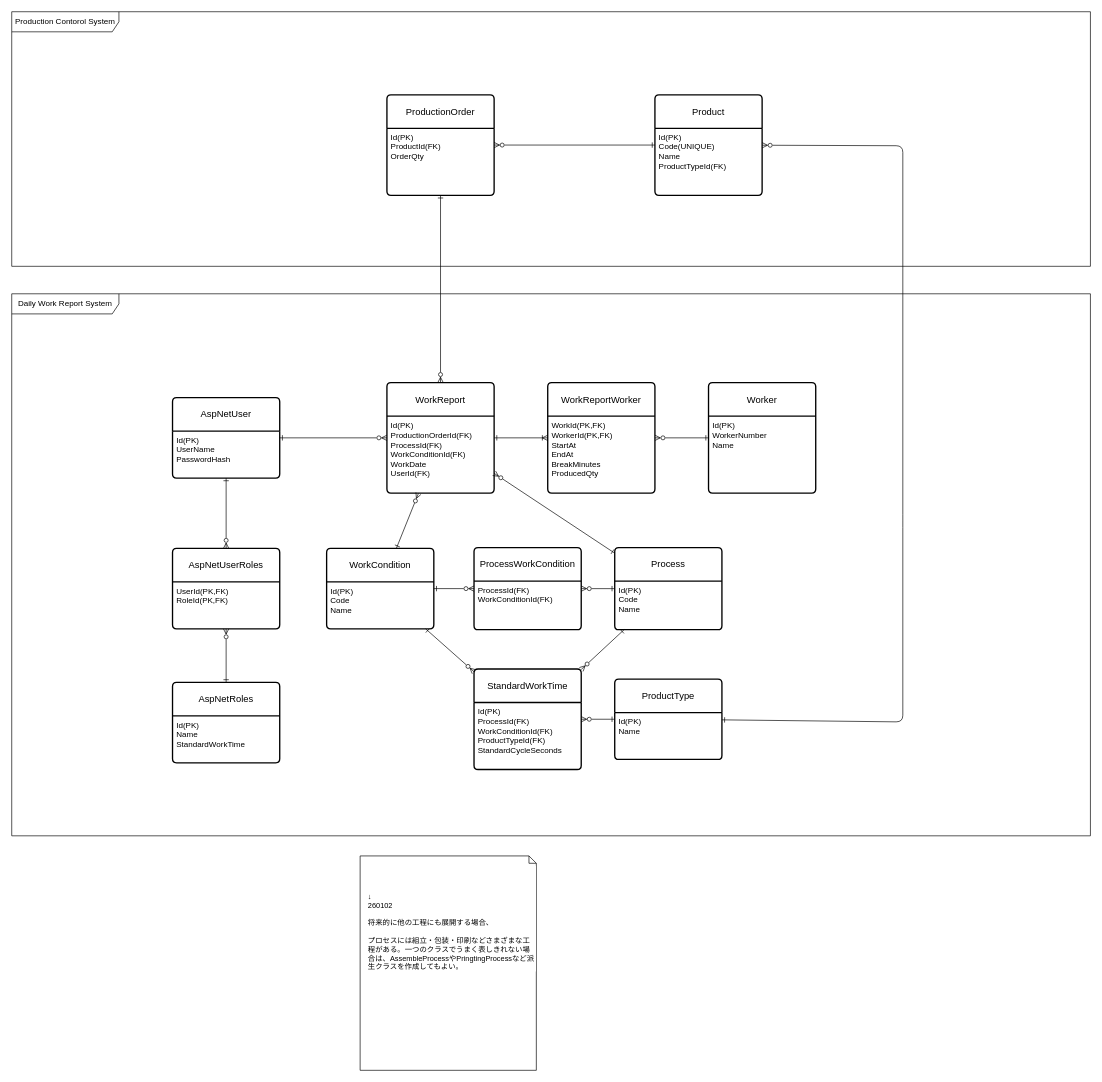
Above: docs/er.drawio in junyatanak/work-report-system (draw.io), before the change. Source tidied: cells renumbered, new cells numbered last; positions are measured from the earlier drawing's top-left corner, leaving out a move shared by most shapes. Both pictures are drawn from the tidied source at 67%, with x=0, y=0 at pixel (11, 11).
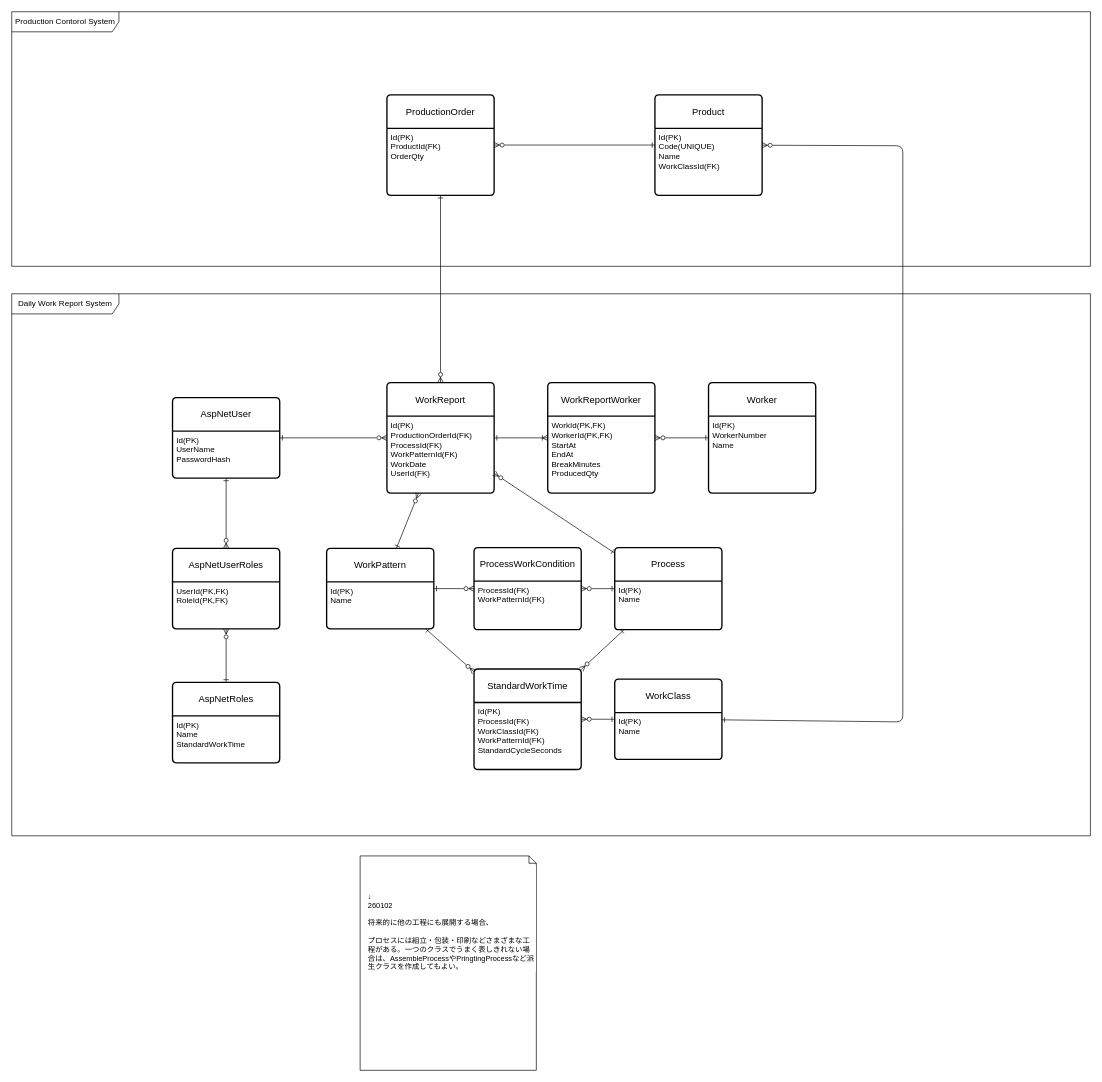
Above is the later version.

Commit message (it also covers changes not shown here):
editing er diagram

Unchanged cells that the change refers to:
```xml
<mxCell id="2" value="Daily Work Report System" style="shape=umlFrame;whiteSpace=wrap;html=1;width=160;" parent="1" vertex="1">
  <mxGeometry y="421" width="1610" height="809" as="geometry" />
</mxCell>
<mxCell id="15" value="WorkReport" style="swimlane;horizontal=1;startSize=50;rounded=1;fontSize=14;fontStyle=0;strokeWidth=2;shadow=0;dashed=0;align=center;arcSize=4;whiteSpace=wrap;html=1;" parent="2" vertex="1">
  <mxGeometry x="560" y="132.5" width="160" height="165" as="geometry" />
</mxCell>
<mxCell id="24" value="Process" style="swimlane;horizontal=1;startSize=50;rounded=1;fontSize=14;fontStyle=0;strokeWidth=2;shadow=0;dashed=0;align=center;arcSize=4;whiteSpace=wrap;html=1;" parent="2" vertex="1">
  <mxGeometry x="900" y="378.8" width="160" height="122.5" as="geometry" />
</mxCell>
<mxCell id="27" value="StandardWorkTime" style="swimlane;horizontal=1;startSize=50;rounded=1;fontSize=14;fontStyle=0;strokeWidth=2;shadow=0;dashed=0;align=center;arcSize=4;whiteSpace=wrap;html=1;" parent="2" vertex="1">
  <mxGeometry x="690" y="560" width="160" height="150" as="geometry" />
</mxCell>
<mxCell id="31" value="ProcessWorkCondition" style="swimlane;horizontal=1;startSize=50;rounded=1;fontSize=14;fontStyle=0;strokeWidth=2;shadow=0;dashed=0;align=center;arcSize=4;whiteSpace=wrap;html=1;" parent="2" vertex="1">
  <mxGeometry x="690" y="378.8" width="160" height="122.5" as="geometry" />
</mxCell>
<mxCell id="41" value="Product" style="swimlane;horizontal=1;startSize=50;rounded=1;fontSize=14;fontStyle=0;strokeWidth=2;shadow=0;dashed=0;align=center;arcSize=4;whiteSpace=wrap;html=1;" parent="37" vertex="1">
  <mxGeometry x="960" y="124" width="160" height="150" as="geometry" />
</mxCell>
```

Diff of the diagram source:
```diff
@@
-    <mxCell id="16" value="Id(PK)&lt;div&gt;&lt;font color=&quot;#000000&quot;&gt;ProductionOrderId(FK)&lt;/font&gt;&lt;/div&gt;&lt;div&gt;&lt;font color=&quot;#000000&quot;&gt;ProcessId(FK)&lt;/font&gt;&lt;/div&gt;&lt;div&gt;&lt;font color=&quot;#000000&quot;&gt;WorkConditionId(FK)&lt;/font&gt;&lt;/div&gt;&lt;div&gt;&lt;font color=&quot;#000000&quot;&gt;WorkDate&lt;/font&gt;&lt;/div&gt;&lt;div&gt;UserId(FK)&lt;/div&gt;" style="align=left;strokeColor=none;fillColor=none;spacingLeft=4;fontSize=12;verticalAlign=top;html=1;" parent="15" vertex="1">
+    <mxCell id="16" value="Id(PK)&lt;div&gt;&lt;font color=&quot;#000000&quot;&gt;ProductionOrderId(FK)&lt;/font&gt;&lt;/div&gt;&lt;div&gt;&lt;font color=&quot;#000000&quot;&gt;ProcessId(FK)&lt;/font&gt;&lt;/div&gt;&lt;div&gt;&lt;font color=&quot;#000000&quot;&gt;WorkPatternId(FK)&lt;/font&gt;&lt;/div&gt;&lt;div&gt;&lt;font color=&quot;#000000&quot;&gt;WorkDate&lt;/font&gt;&lt;/div&gt;&lt;div&gt;UserId(FK)&lt;/div&gt;" style="align=left;strokeColor=none;fillColor=none;spacingLeft=4;fontSize=12;verticalAlign=top;html=1;" parent="15" vertex="1">
       <mxGeometry y="50" width="160" height="115" as="geometry" />
     </mxCell>
@@
-    <mxCell id="25" value="Id(PK)&lt;div&gt;&lt;font color=&quot;#000000&quot;&gt;Code&lt;/font&gt;&lt;/div&gt;&lt;div&gt;&lt;font color=&quot;#000000&quot;&gt;Name&lt;/font&gt;&lt;/div&gt;" style="align=left;strokeColor=none;fillColor=none;spacingLeft=4;fontSize=12;verticalAlign=top;html=1;" parent="24" vertex="1">
+    <mxCell id="25" value="Id(PK)&lt;div&gt;&lt;font color=&quot;#000000&quot;&gt;Name&lt;/font&gt;&lt;/div&gt;" style="align=left;strokeColor=none;fillColor=none;spacingLeft=4;fontSize=12;verticalAlign=top;html=1;" parent="24" vertex="1">
       <mxGeometry y="50" width="160" height="72.5" as="geometry" />
     </mxCell>
@@
-    <mxCell id="28" value="Id(PK)&lt;div&gt;ProcessId(FK)&lt;/div&gt;&lt;div&gt;&lt;font color=&quot;#000000&quot;&gt;WorkConditionId(FK)&lt;/font&gt;&lt;/div&gt;&lt;div&gt;&lt;font color=&quot;#000000&quot;&gt;ProductTypeId(FK)&lt;/font&gt;&lt;/div&gt;&lt;div&gt;&lt;font color=&quot;#000000&quot;&gt;StandardCycleSeconds&lt;/font&gt;&lt;/div&gt;" style="align=left;strokeColor=none;fillColor=none;spacingLeft=4;fontSize=12;verticalAlign=top;html=1;" parent="27" vertex="1">
+    <mxCell id="28" value="Id(PK)&lt;div&gt;ProcessId(FK)&lt;/div&gt;&lt;div&gt;WorkClassId(FK)&lt;/div&gt;&lt;div&gt;&lt;font color=&quot;#000000&quot;&gt;WorkPatternId(FK)&lt;/font&gt;&lt;/div&gt;&lt;div&gt;&lt;font color=&quot;#000000&quot;&gt;StandardCycleSeconds&lt;/font&gt;&lt;/div&gt;" style="align=left;strokeColor=none;fillColor=none;spacingLeft=4;fontSize=12;verticalAlign=top;html=1;" parent="27" vertex="1">
       <mxGeometry y="50" width="160" height="100" as="geometry" />
     </mxCell>
-    <mxCell id="29" value="WorkCondition" style="swimlane;horizontal=1;startSize=50;rounded=1;fontSize=14;fontStyle=0;strokeWidth=2;shadow=0;dashed=0;align=center;arcSize=4;whiteSpace=wrap;html=1;" parent="2" vertex="1">
+    <mxCell id="29" value="WorkPattern" style="swimlane;horizontal=1;startSize=50;rounded=1;fontSize=14;fontStyle=0;strokeWidth=2;shadow=0;dashed=0;align=center;arcSize=4;whiteSpace=wrap;html=1;" parent="2" vertex="1">
       <mxGeometry x="470" y="380" width="160" height="120" as="geometry" />
     </mxCell>
-    <mxCell id="30" value="Id(PK)&lt;div&gt;Code&lt;/div&gt;&lt;div&gt;Name&lt;/div&gt;" style="align=left;strokeColor=none;fillColor=none;spacingLeft=4;fontSize=12;verticalAlign=top;html=1;" parent="29" vertex="1">
+    <mxCell id="30" value="Id(PK)&lt;div&gt;Name&lt;/div&gt;" style="align=left;strokeColor=none;fillColor=none;spacingLeft=4;fontSize=12;verticalAlign=top;html=1;" parent="29" vertex="1">
       <mxGeometry y="50" width="160" height="70" as="geometry" />
     </mxCell>
@@
-    <mxCell id="32" value="ProcessId(FK)&lt;div&gt;WorkConditionId(FK)&lt;/div&gt;" style="align=left;strokeColor=none;fillColor=none;spacingLeft=4;fontSize=12;verticalAlign=top;html=1;" parent="31" vertex="1">
+    <mxCell id="32" value="ProcessId(FK)&lt;div&gt;WorkPatternId(FK)&lt;/div&gt;" style="align=left;strokeColor=none;fillColor=none;spacingLeft=4;fontSize=12;verticalAlign=top;html=1;" parent="31" vertex="1">
       <mxGeometry y="50" width="160" height="72.5" as="geometry" />
     </mxCell>
@@
-    <mxCell id="35" value="ProductType" style="swimlane;horizontal=1;startSize=50;rounded=1;fontSize=14;fontStyle=0;strokeWidth=2;shadow=0;dashed=0;align=center;arcSize=4;whiteSpace=wrap;html=1;" parent="2" vertex="1">
+    <mxCell id="35" value="WorkClass" style="swimlane;horizontal=1;startSize=50;rounded=1;fontSize=14;fontStyle=0;strokeWidth=2;shadow=0;dashed=0;align=center;arcSize=4;whiteSpace=wrap;html=1;" parent="2" vertex="1">
       <mxGeometry x="900" y="575" width="160" height="120" as="geometry" />
     </mxCell>
@@
-    <mxCell id="42" value="Id(PK)&lt;div&gt;&lt;font color=&quot;#000000&quot;&gt;Code(UNIQUE)&lt;/font&gt;&lt;/div&gt;&lt;div&gt;Name&lt;/div&gt;&lt;div&gt;ProductTypeId(FK)&lt;/div&gt;&lt;div&gt;&lt;br&gt;&lt;/div&gt;" style="align=left;strokeColor=none;fillColor=none;spacingLeft=4;fontSize=12;verticalAlign=top;html=1;" parent="41" vertex="1">
+    <mxCell id="42" value="Id(PK)&lt;div&gt;&lt;font color=&quot;#000000&quot;&gt;Code(UNIQUE)&lt;/font&gt;&lt;/div&gt;&lt;div&gt;Name&lt;/div&gt;&lt;div&gt;WorkClassId(FK)&lt;/div&gt;&lt;div&gt;&lt;br&gt;&lt;/div&gt;" style="align=left;strokeColor=none;fillColor=none;spacingLeft=4;fontSize=12;verticalAlign=top;html=1;" parent="41" vertex="1">
       <mxGeometry y="50" width="160" height="100" as="geometry" />
     </mxCell>
```
